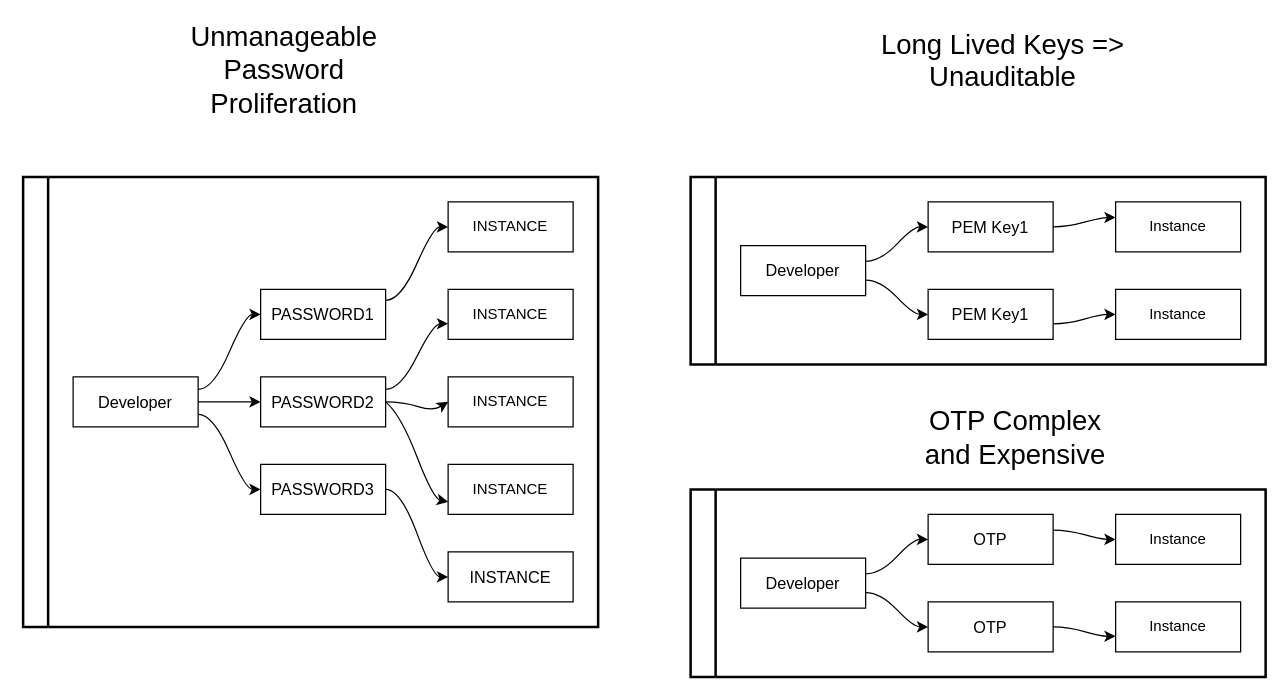
biofool/vault-ssh-helper keeps this draw.io diagram as SecretSprawl.drawio. Above is the earlier version. Source tidied: cells renumbered, new cells numbered last; positions are measured from the earlier drawing's top-left corner, leaving out a move shared by most shapes. Both pictures are drawn from the tidied source at 125%, with x=0, y=0 at pixel (22, 39).
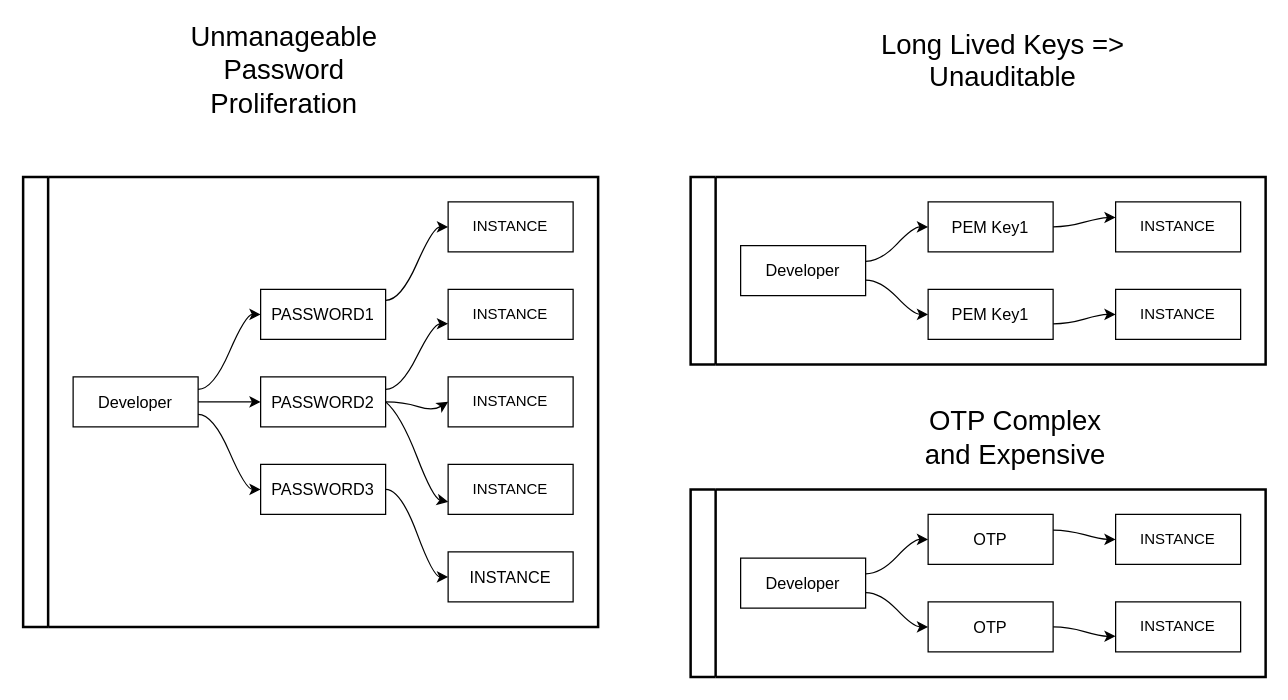
After the change.

The change refers to these unchanged cells:
```xml
<mxCell id="4" style="swimlane;html=1;startSize=20;horizontal=0;flowOrientation=west;interRankCellSpacing=50;containerType=tree;strokeColor=#000000;strokeWidth=2;" parent="1" vertex="1">
  <mxGeometry x="534" y="360" width="460" height="150" as="geometry" />
</mxCell>
<mxCell id="16" style="swimlane;html=1;startSize=20;horizontal=0;flowOrientation=west;interRankCellSpacing=50;containerType=tree;strokeColor=#000000;strokeWidth=2;" parent="1" vertex="1">
  <mxGeometry x="534" y="110" width="460" height="150" as="geometry" />
</mxCell>
```

Diff of the diagram source:
```diff
@@
-    <mxCell id="10" value="Instance" style="whiteSpace=wrap;html=1;" parent="4" vertex="1">
+    <mxCell id="10" value="INSTANCE" style="whiteSpace=wrap;html=1;" parent="4" vertex="1">
       <mxGeometry x="340" y="90" width="100" height="40" as="geometry" />
     </mxCell>
@@
-    <mxCell id="13" value="Instance" style="whiteSpace=wrap;html=1;" parent="4" vertex="1">
+    <mxCell id="13" value="INSTANCE" style="whiteSpace=wrap;html=1;" parent="4" vertex="1">
       <mxGeometry x="340" y="20" width="100" height="40" as="geometry" />
     </mxCell>
@@
-    <mxCell id="22" value="Instance" style="whiteSpace=wrap;html=1;" parent="16" vertex="1">
+    <mxCell id="22" value="INSTANCE" style="whiteSpace=wrap;html=1;" parent="16" vertex="1">
       <mxGeometry x="340" y="20" width="100" height="40" as="geometry" />
     </mxCell>
@@
-    <mxCell id="25" value="Instance" style="whiteSpace=wrap;html=1;" parent="16" vertex="1">
+    <mxCell id="25" value="INSTANCE" style="whiteSpace=wrap;html=1;" parent="16" vertex="1">
       <mxGeometry x="340" y="90" width="100" height="40" as="geometry" />
     </mxCell>
```
